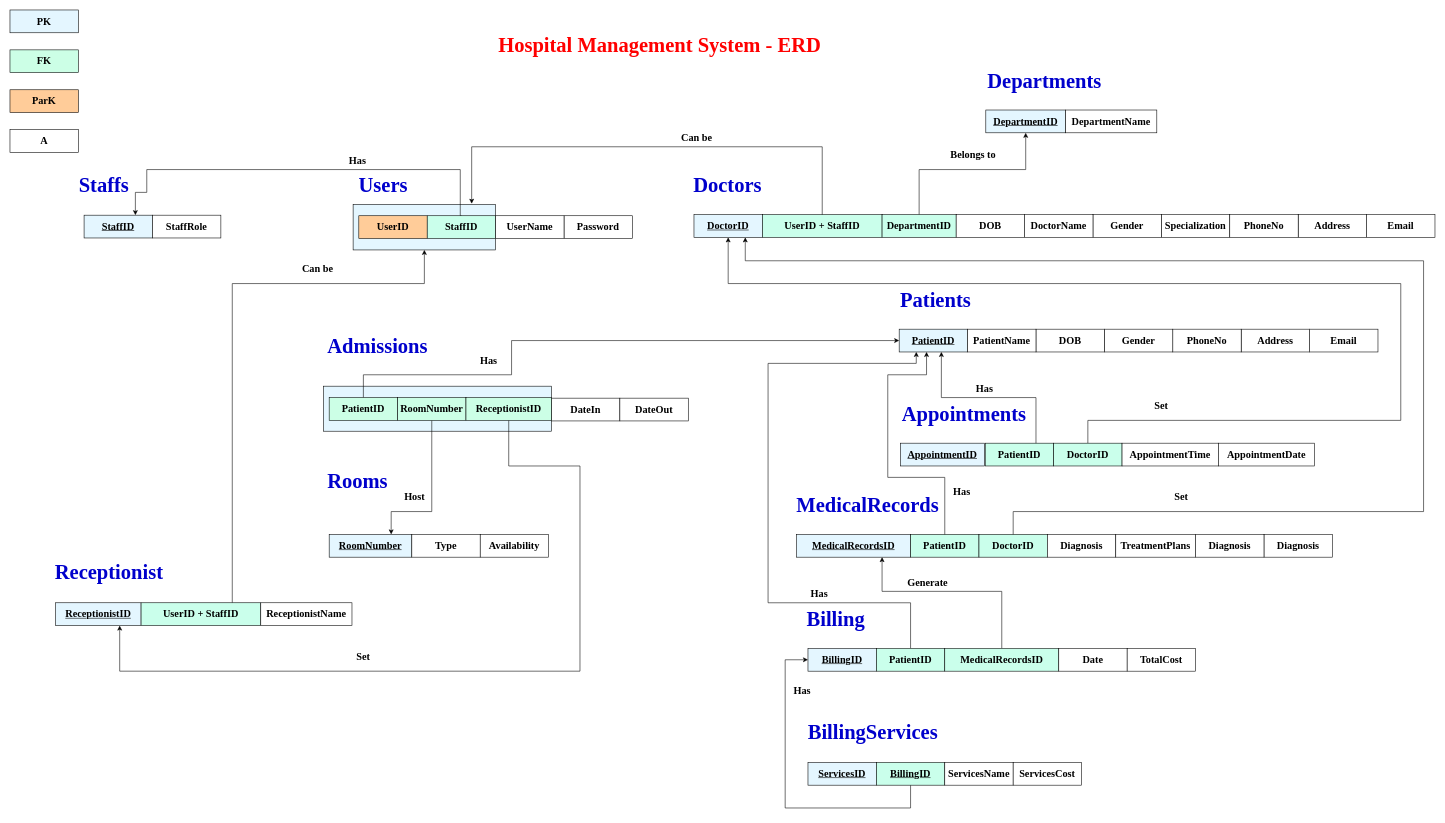
Above: page "Page-2" (2 of 2) of Images/_HospitalManagementSystem.drawio in rahmaAlmamari/HospitalManagementSystem (draw.io), before the change. Source tidied: cells renumbered, new cells numbered last; positions are measured from the earlier drawing's top-left corner, leaving out a move shared by most shapes. Both pictures are drawn from the tidied source at 57%, with x=0, y=0 at pixel (10, 10).
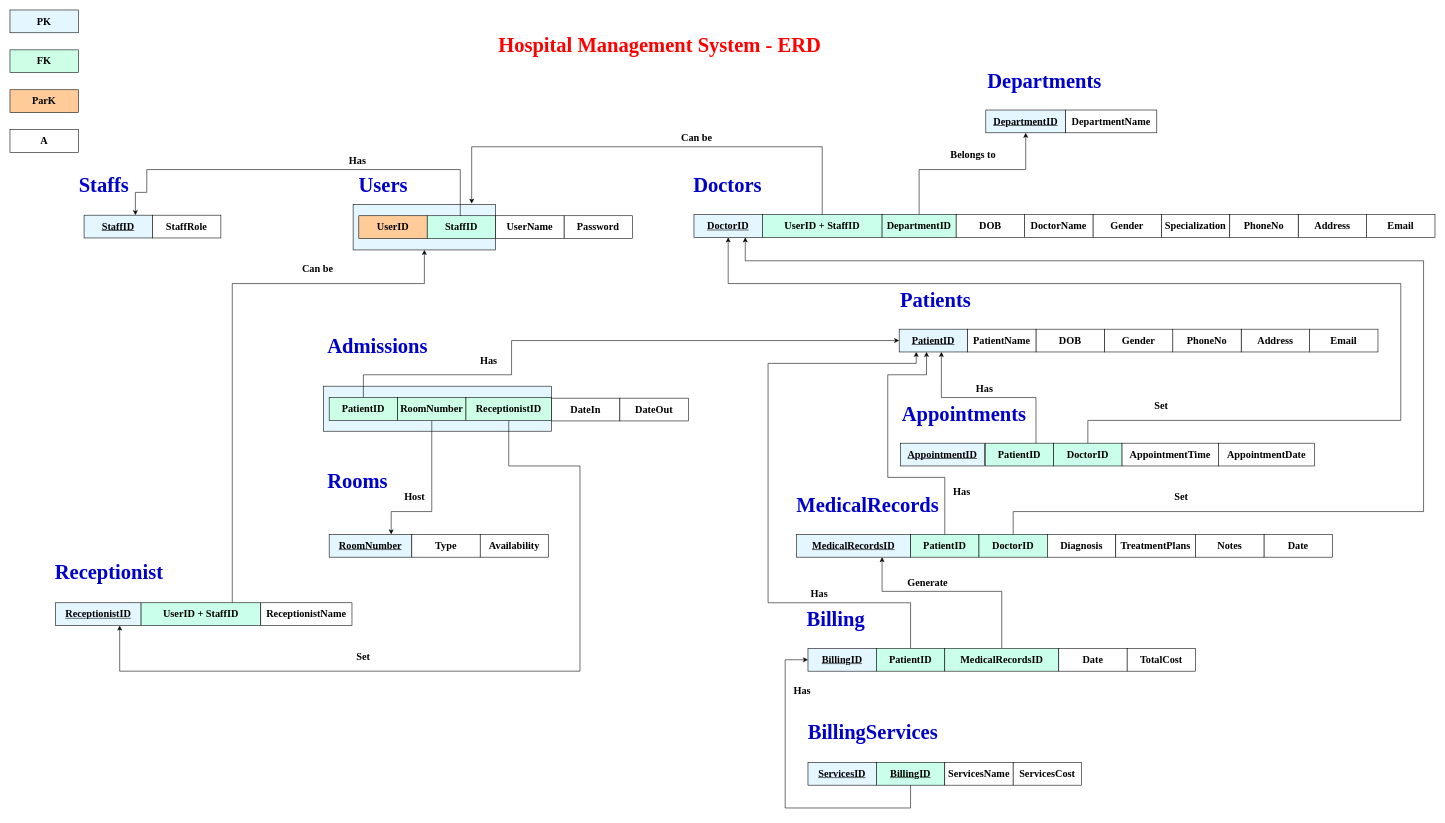
After the change.

Commit message (it also covers changes not shown here):
Modfiy the mapping solution

The edit, as a diff of the source:
```diff
@@
-    <mxCell id="60" value="&lt;b style=&quot;font-family: &amp;quot;Times New Roman&amp;quot;;&quot;&gt;&lt;font style=&quot;font-size: 18px;&quot;&gt;Diagnosis&lt;/font&gt;&lt;/b&gt;" style="whiteSpace=wrap;html=1;align=center;" parent="1" vertex="1">
+    <mxCell id="60" value="&lt;b style=&quot;font-family: &amp;quot;Times New Roman&amp;quot;;&quot;&gt;&lt;font style=&quot;font-size: 18px;&quot;&gt;Date&lt;/font&gt;&lt;/b&gt;" style="whiteSpace=wrap;html=1;align=center;" parent="1" vertex="1">
       <mxGeometry x="2200" y="920" width="120" height="40" as="geometry" />
     </mxCell>
-    <mxCell id="61" value="&lt;b style=&quot;font-family: &amp;quot;Times New Roman&amp;quot;;&quot;&gt;&lt;font style=&quot;font-size: 18px;&quot;&gt;Diagnosis&lt;/font&gt;&lt;/b&gt;" style="whiteSpace=wrap;html=1;align=center;" parent="1" vertex="1">
+    <mxCell id="61" value="&lt;b style=&quot;font-family: &amp;quot;Times New Roman&amp;quot;;&quot;&gt;&lt;font style=&quot;font-size: 18px;&quot;&gt;Notes&lt;/font&gt;&lt;/b&gt;" style="whiteSpace=wrap;html=1;align=center;" parent="1" vertex="1">
       <mxGeometry x="2080" y="920" width="120" height="40" as="geometry" />
     </mxCell>
```
